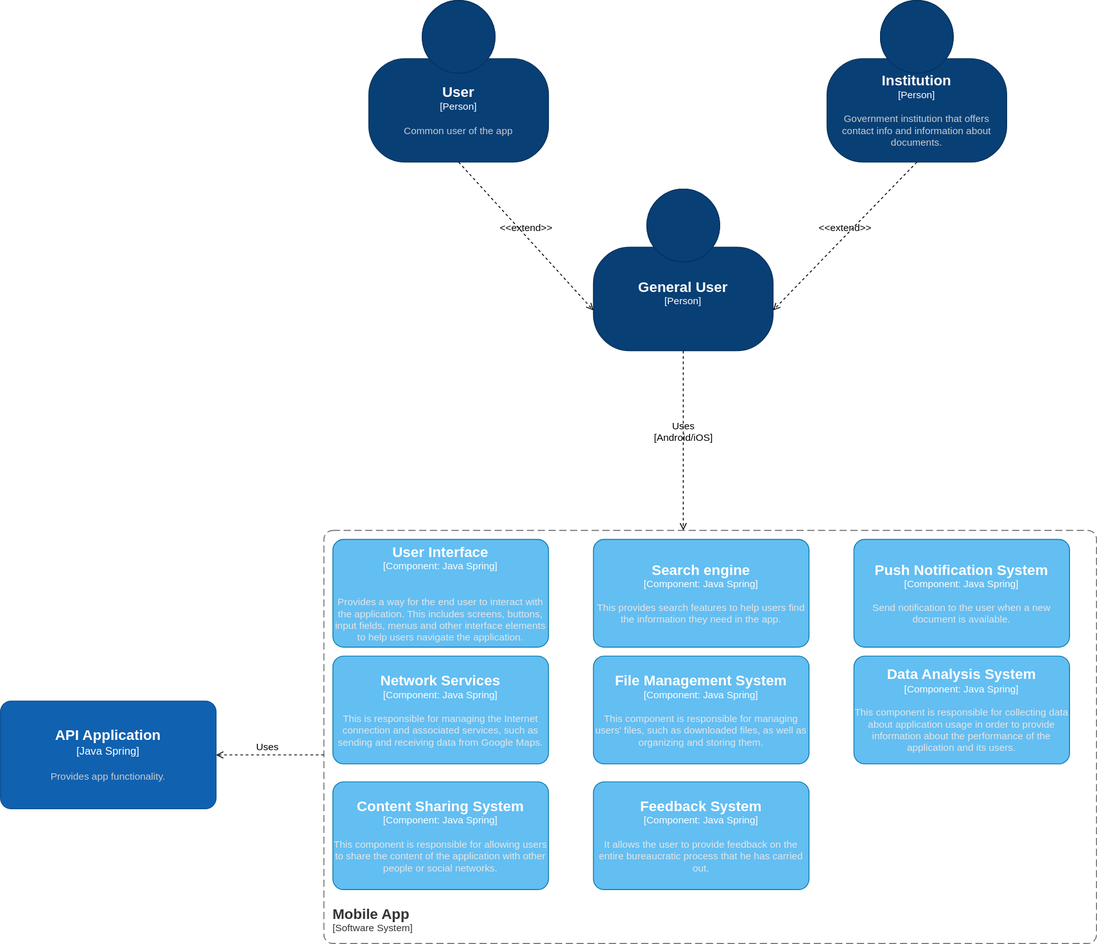
Above: diagrams/C3-MobileAppModule.svg in BureacracyHacksA3/bureaucracy-hacks (draw.io), before the change. Source tidied: cells renumbered, new cells last; positions are measured from the earlier drawing's top-left corner, leaving out a move shared by most shapes.
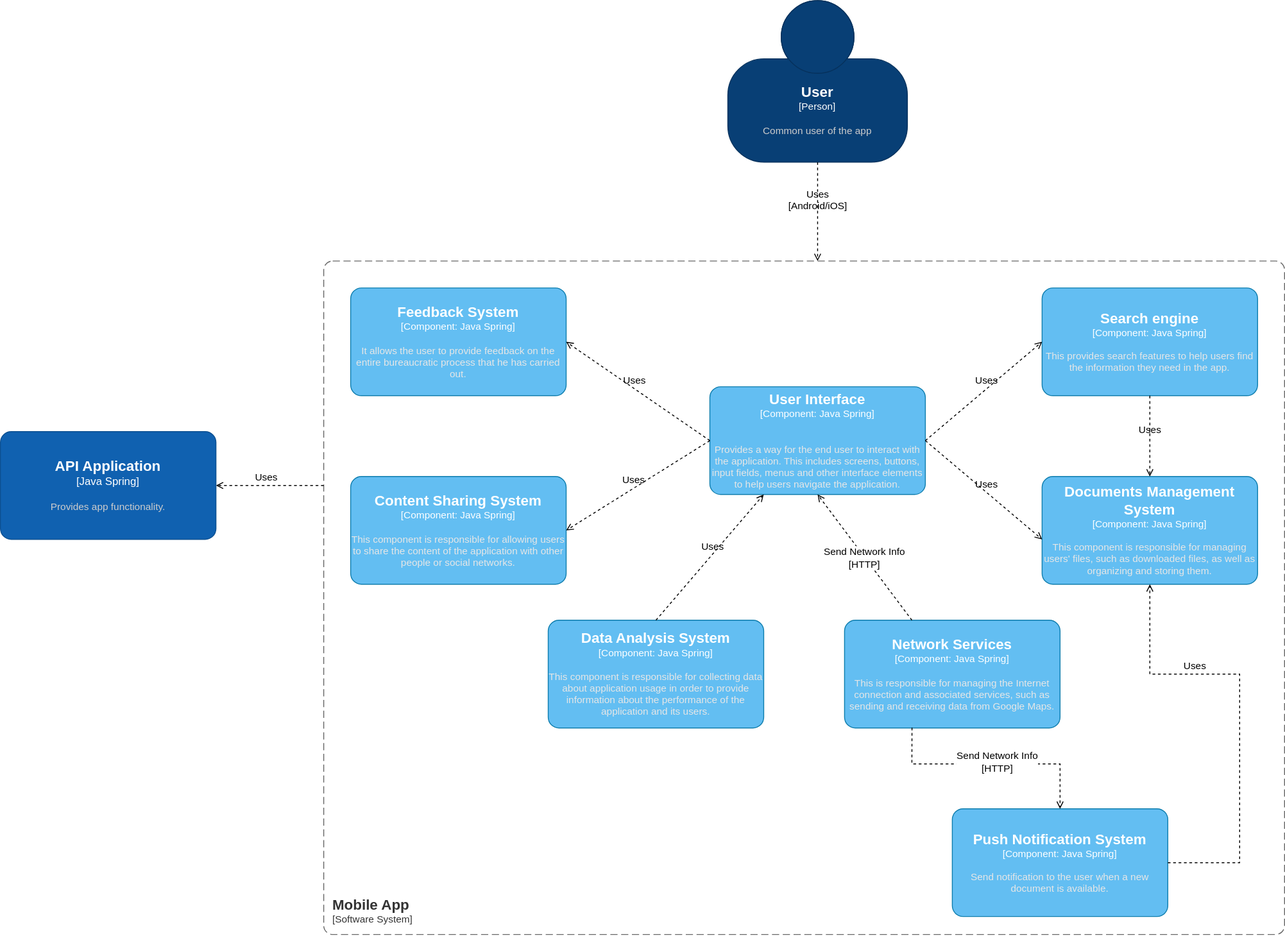
After the change.

Diff of the diagram source:
```diff
@@ -4,73 +4,57 @@
     <mxCell id="1" parent="0" />
     <object id="2" label="&lt;font style=&quot;font-size: 16px&quot;&gt;&lt;b&gt;&lt;div style=&quot;text-align: left&quot;&gt;%c4Name%&lt;/div&gt;&lt;/b&gt;&lt;/font&gt;&lt;div style=&quot;text-align: left&quot;&gt;[%c4Application%]&lt;/div&gt;" c4Application="Software System" c4Name="Mobile App" c4Type="SystemScopeBoundary" placeholders="1">
       <mxCell style="rounded=1;fontSize=11;whiteSpace=wrap;html=1;dashed=1;arcSize=20;fillColor=none;strokeColor=#666666;fontColor=#333333;labelBackgroundColor=none;align=left;verticalAlign=bottom;labelBorderColor=none;spacingTop=0;spacing=10;dashPattern=8 4;perimeter=rectanglePerimeter;noLabel=0;labelPadding=0;absoluteArcSize=1;" parent="1" vertex="1">
-        <mxGeometry x="360" y="590" width="860" height="460" as="geometry" />
+        <mxGeometry x="360" y="590" width="1070" height="750" as="geometry" />
       </mxCell>
     </object>
     <object id="3" label="&lt;font style=&quot;font-size: 16px&quot;&gt;&lt;b&gt;%c4Name%&lt;/b&gt;&lt;/font&gt;&lt;div&gt;[%c4Type%: %c4Technology%]&lt;/div&gt;&lt;br&gt;&lt;div&gt;&lt;font style=&quot;font-size: 11px&quot;&gt;&lt;font color=&quot;#E6E6E6&quot;&gt;%c4Description%&lt;/font&gt;&lt;/div&gt;" c4Description="Send notification to the user when a new document is available." c4Name="Push Notification System" c4Technology="Java Spring" c4Type="Component" placeholders="1">
       <mxCell style="rounded=1;whiteSpace=wrap;html=1;fontSize=11;labelBackgroundColor=none;fillColor=#63BEF2;fontColor=#ffffff;align=center;arcSize=10;strokeColor=#0E7DAD;points=[[0.25,0,0],[0.5,0,0],[0.75,0,0],[1,0.25,0],[1,0.5,0],[1,0.75,0],[0.75,1,0],[0.5,1,0],[0.25,1,0],[0,0.75,0],[0,0.5,0],[0,0.25,0]];" parent="1" vertex="1">
-        <mxGeometry x="950" y="600" width="240" height="120" as="geometry" />
+        <mxGeometry x="1060" y="1200" width="240" height="120" as="geometry" />
       </mxCell>
     </object>
     <object id="4" label="&lt;font style=&quot;font-size: 16px&quot;&gt;&lt;b&gt;%c4Name%&lt;/b&gt;&lt;/font&gt;&lt;div&gt;[%c4Type%: %c4Technology%]&lt;/div&gt;&lt;br&gt;&lt;div&gt;&lt;font style=&quot;font-size: 11px&quot;&gt;&lt;font color=&quot;#E6E6E6&quot;&gt;%c4Description%&lt;/font&gt;&lt;/div&gt;" c4Description="&#10;Provides a way for the end user to interact with the application. This includes screens, buttons, input fields, menus and other interface elements to help users navigate the application.&#10;" c4Name="User Interface" c4Technology="Java Spring" c4Type="Component" placeholders="1">
       <mxCell style="rounded=1;whiteSpace=wrap;html=1;fontSize=11;labelBackgroundColor=none;fillColor=#63BEF2;fontColor=#ffffff;align=center;arcSize=10;strokeColor=#0E7DAD;points=[[0.25,0,0],[0.5,0,0],[0.75,0,0],[1,0.25,0],[1,0.5,0],[1,0.75,0],[0.75,1,0],[0.5,1,0],[0.25,1,0],[0,0.75,0],[0,0.5,0],[0,0.25,0]];" parent="1" vertex="1">
-        <mxGeometry x="370" y="600" width="240" height="120" as="geometry" />
+        <mxGeometry x="790" y="730" width="240" height="120" as="geometry" />
       </mxCell>
     </object>
     <object id="5" label="&lt;font style=&quot;font-size: 16px&quot;&gt;&lt;b&gt;%c4Name%&lt;/b&gt;&lt;/font&gt;&lt;div&gt;[%c4Type%: %c4Technology%]&lt;/div&gt;&lt;br&gt;&lt;div&gt;&lt;font style=&quot;font-size: 11px&quot;&gt;&lt;font color=&quot;#E6E6E6&quot;&gt;%c4Description%&lt;/font&gt;&lt;/div&gt;" c4Description="This is responsible for managing the Internet connection and associated services, such as sending and receiving data from Google Maps." c4Name="Network Services" c4Technology="Java Spring" c4Type="Component" placeholders="1">
       <mxCell style="rounded=1;whiteSpace=wrap;html=1;fontSize=11;labelBackgroundColor=none;fillColor=#63BEF2;fontColor=#ffffff;align=center;arcSize=10;strokeColor=#0E7DAD;points=[[0.25,0,0],[0.5,0,0],[0.75,0,0],[1,0.25,0],[1,0.5,0],[1,0.75,0],[0.75,1,0],[0.5,1,0],[0.25,1,0],[0,0.75,0],[0,0.5,0],[0,0.25,0]];" parent="1" vertex="1">
-        <mxGeometry x="370" y="730" width="240" height="120" as="geometry" />
+        <mxGeometry x="940" y="990" width="240" height="120" as="geometry" />
       </mxCell>
     </object>
     <object id="6" label="&lt;font style=&quot;font-size: 16px&quot;&gt;&lt;b&gt;%c4Name%&lt;/b&gt;&lt;/font&gt;&lt;div&gt;[%c4Type%: %c4Technology%]&lt;/div&gt;&lt;br&gt;&lt;div&gt;&lt;font style=&quot;font-size: 11px&quot;&gt;&lt;font color=&quot;#E6E6E6&quot;&gt;%c4Description%&lt;/font&gt;&lt;/div&gt;" c4Description="This provides search features to help users find the information they need in the app." c4Name="Search engine" c4Technology="Java Spring" c4Type="Component" placeholders="1">
       <mxCell style="rounded=1;whiteSpace=wrap;html=1;fontSize=11;labelBackgroundColor=none;fillColor=#63BEF2;fontColor=#ffffff;align=center;arcSize=10;strokeColor=#0E7DAD;points=[[0.25,0,0],[0.5,0,0],[0.75,0,0],[1,0.25,0],[1,0.5,0],[1,0.75,0],[0.75,1,0],[0.5,1,0],[0.25,1,0],[0,0.75,0],[0,0.5,0],[0,0.25,0]];" parent="1" vertex="1">
-        <mxGeometry x="660" y="600" width="240" height="120" as="geometry" />
+        <mxGeometry x="1160" y="620" width="240" height="120" as="geometry" />
       </mxCell>
     </object>
     <object id="7" label="&lt;font style=&quot;font-size: 16px&quot;&gt;&lt;b&gt;%c4Name%&lt;/b&gt;&lt;/font&gt;&lt;div&gt;[%c4Type%: %c4Technology%]&lt;/div&gt;&lt;br&gt;&lt;div&gt;&lt;font style=&quot;font-size: 11px&quot;&gt;&lt;font color=&quot;#E6E6E6&quot;&gt;%c4Description%&lt;/font&gt;&lt;/div&gt;" c4Description="This component is responsible for collecting data &#10; about application usage in order to provide information about the performance of the application and its users." c4Name="Data Analysis System" c4Technology="Java Spring" c4Type="Component" placeholders="1">
       <mxCell style="rounded=1;whiteSpace=wrap;html=1;fontSize=11;labelBackgroundColor=none;fillColor=#63BEF2;fontColor=#ffffff;align=center;arcSize=10;strokeColor=#0E7DAD;points=[[0.25,0,0],[0.5,0,0],[0.75,0,0],[1,0.25,0],[1,0.5,0],[1,0.75,0],[0.75,1,0],[0.5,1,0],[0.25,1,0],[0,0.75,0],[0,0.5,0],[0,0.25,0]];" parent="1" vertex="1">
-        <mxGeometry x="950" y="730" width="240" height="120" as="geometry" />
+        <mxGeometry x="610" y="990" width="240" height="120" as="geometry" />
       </mxCell>
     </object>
-    <object id="8" label="&lt;font style=&quot;font-size: 16px&quot;&gt;&lt;b&gt;%c4Name%&lt;/b&gt;&lt;/font&gt;&lt;div&gt;[%c4Type%: %c4Technology%]&lt;/div&gt;&lt;br&gt;&lt;div&gt;&lt;font style=&quot;font-size: 11px&quot;&gt;&lt;font color=&quot;#E6E6E6&quot;&gt;%c4Description%&lt;/font&gt;&lt;/div&gt;" c4Description=" This component is responsible for managing users' files, such as downloaded files, as well as organizing and storing them." c4Name="File Management System" c4Technology="Java Spring" c4Type="Component" placeholders="1">
+    <object id="8" label="&lt;font style=&quot;font-size: 16px&quot;&gt;&lt;b&gt;%c4Name%&lt;/b&gt;&lt;/font&gt;&lt;div&gt;[%c4Type%: %c4Technology%]&lt;/div&gt;&lt;br&gt;&lt;div&gt;&lt;font style=&quot;font-size: 11px&quot;&gt;&lt;font color=&quot;#E6E6E6&quot;&gt;%c4Description%&lt;/font&gt;&lt;/div&gt;" c4Description=" This component is responsible for managing users' files, such as downloaded files, as well as organizing and storing them." c4Name="Documents Management System" c4Technology="Java Spring" c4Type="Component" placeholders="1">
       <mxCell style="rounded=1;whiteSpace=wrap;html=1;fontSize=11;labelBackgroundColor=none;fillColor=#63BEF2;fontColor=#ffffff;align=center;arcSize=10;strokeColor=#0E7DAD;points=[[0.25,0,0],[0.5,0,0],[0.75,0,0],[1,0.25,0],[1,0.5,0],[1,0.75,0],[0.75,1,0],[0.5,1,0],[0.25,1,0],[0,0.75,0],[0,0.5,0],[0,0.25,0]];" parent="1" vertex="1">
-        <mxGeometry x="660" y="730" width="240" height="120" as="geometry" />
+        <mxGeometry x="1160" y="830" width="240" height="120" as="geometry" />
       </mxCell>
     </object>
     <object id="9" label="&lt;font style=&quot;font-size: 16px&quot;&gt;&lt;b&gt;%c4Name%&lt;/b&gt;&lt;/font&gt;&lt;div&gt;[%c4Type%: %c4Technology%]&lt;/div&gt;&lt;br&gt;&lt;div&gt;&lt;font style=&quot;font-size: 11px&quot;&gt;&lt;font color=&quot;#E6E6E6&quot;&gt;%c4Description%&lt;/font&gt;&lt;/div&gt;" c4Description=" This component is responsible for allowing users to share the content of the application with other people or social networks." c4Name="Content Sharing System" c4Technology="Java Spring" c4Type="Component" placeholders="1">
       <mxCell style="rounded=1;whiteSpace=wrap;html=1;fontSize=11;labelBackgroundColor=none;fillColor=#63BEF2;fontColor=#ffffff;align=center;arcSize=10;strokeColor=#0E7DAD;points=[[0.25,0,0],[0.5,0,0],[0.75,0,0],[1,0.25,0],[1,0.5,0],[1,0.75,0],[0.75,1,0],[0.5,1,0],[0.25,1,0],[0,0.75,0],[0,0.5,0],[0,0.25,0]];" parent="1" vertex="1">
-        <mxGeometry x="370" y="870" width="240" height="120" as="geometry" />
+        <mxGeometry x="390" y="830" width="240" height="120" as="geometry" />
       </mxCell>
     </object>
     <object id="10" label="&lt;font style=&quot;font-size: 16px&quot;&gt;&lt;b&gt;%c4Name%&lt;/b&gt;&lt;/font&gt;&lt;div&gt;[%c4Type%: %c4Technology%]&lt;/div&gt;&lt;br&gt;&lt;div&gt;&lt;font style=&quot;font-size: 11px&quot;&gt;&lt;font color=&quot;#E6E6E6&quot;&gt;%c4Description%&lt;/font&gt;&lt;/div&gt;" c4Description="It allows the user to provide feedback on the entire bureaucratic process that he has carried out." c4Name="Feedback System" c4Technology="Java Spring" c4Type="Component" placeholders="1">
       <mxCell style="rounded=1;whiteSpace=wrap;html=1;fontSize=11;labelBackgroundColor=none;fillColor=#63BEF2;fontColor=#ffffff;align=center;arcSize=10;strokeColor=#0E7DAD;points=[[0.25,0,0],[0.5,0,0],[0.75,0,0],[1,0.25,0],[1,0.5,0],[1,0.75,0],[0.75,1,0],[0.5,1,0],[0.25,1,0],[0,0.75,0],[0,0.5,0],[0,0.25,0]];" parent="1" vertex="1">
-        <mxGeometry x="660" y="870" width="240" height="120" as="geometry" />
+        <mxGeometry x="390" y="620" width="240" height="120" as="geometry" />
       </mxCell>
     </object>
     <object id="11" label="&lt;font style=&quot;font-size: 16px&quot;&gt;&lt;b&gt;%c4Name%&lt;/b&gt;&lt;/font&gt;&lt;div&gt;[%c4Type%]&lt;/div&gt;&lt;br&gt;&lt;div&gt;&lt;font style=&quot;font-size: 11px&quot;&gt;&lt;font color=&quot;#cccccc&quot;&gt;%c4Description%&lt;/font&gt;&lt;/div&gt;" c4Description="Common user of the app" c4Name="User" c4Type="Person" placeholders="1">
       <mxCell style="html=1;fontSize=11;dashed=0;whiteSpace=wrap;fillColor=#083F75;strokeColor=#06315C;fontColor=#ffffff;shape=mxgraph.c4.person2;align=center;points=[[0.5,0,0],[1,0.5,0],[1,0.75,0],[0.75,1,0],[0.5,1,0],[0.25,1,0],[0,0.75,0],[0,0.5,0]];" parent="1" vertex="1">
-        <mxGeometry x="410" width="200" height="180" as="geometry" />
+        <mxGeometry x="810" y="300" width="200" height="180" as="geometry" />
       </mxCell>
     </object>
-    <object id="12" label="&lt;font style=&quot;font-size: 16px&quot;&gt;&lt;b&gt;%c4Name%&lt;/b&gt;&lt;/font&gt;&lt;div&gt;[%c4Type%]&lt;/div&gt;&lt;br&gt;&lt;div&gt;&lt;font style=&quot;font-size: 11px&quot;&gt;&lt;font color=&quot;#cccccc&quot;&gt;%c4Description%&lt;/font&gt;&lt;/div&gt;" c4Description="Government institution that offers contact info and information about documents." c4Name="Institution" c4Type="Person" placeholders="1">
-      <mxCell style="html=1;fontSize=11;dashed=0;whiteSpace=wrap;fillColor=#083F75;strokeColor=#06315C;fontColor=#ffffff;shape=mxgraph.c4.person2;align=center;points=[[0.5,0,0],[1,0.5,0],[1,0.75,0],[0.75,1,0],[0.5,1,0],[0.25,1,0],[0,0.75,0],[0,0.5,0]];" parent="1" vertex="1">
-        <mxGeometry x="920" width="200" height="180" as="geometry" />
-      </mxCell>
-    </object>
-    <object id="13" label="&lt;font style=&quot;font-size: 16px&quot;&gt;&lt;b&gt;%c4Name%&lt;/b&gt;&lt;/font&gt;&lt;div&gt;[%c4Type%]&lt;/div&gt;&lt;br&gt;&lt;div&gt;&lt;font style=&quot;font-size: 11px&quot;&gt;&lt;font color=&quot;#cccccc&quot;&gt;%c4Description%&lt;/font&gt;&lt;/div&gt;" c4Description="" c4Name="General User" c4Type="Person" placeholders="1">
-      <mxCell style="html=1;fontSize=11;dashed=0;whiteSpace=wrap;fillColor=#083F75;strokeColor=#06315C;fontColor=#ffffff;shape=mxgraph.c4.person2;align=center;points=[[0.5,0,0],[1,0.5,0],[1,0.75,0],[0.75,1,0],[0.5,1,0],[0.25,1,0],[0,0.75,0],[0,0.5,0]];" parent="1" vertex="1">
-        <mxGeometry x="660" y="210" width="200" height="180" as="geometry" />
-      </mxCell>
-    </object>
-    <mxCell id="14" value="&amp;lt;&amp;lt;extend&amp;gt;&amp;gt;" style="html=1;verticalAlign=bottom;labelBackgroundColor=none;endArrow=open;endFill=0;dashed=1;rounded=0;entryX=0;entryY=0.75;entryDx=0;entryDy=0;entryPerimeter=0;exitX=0.5;exitY=1;exitDx=0;exitDy=0;exitPerimeter=0;" parent="1" edge="1" source="11" target="13">
-      <mxGeometry relative="1" as="geometry" />
-    </mxCell>
-    <mxCell id="15" value="&amp;lt;&amp;lt;extend&amp;gt;&amp;gt;" style="html=1;verticalAlign=bottom;labelBackgroundColor=none;endArrow=open;endFill=0;dashed=1;rounded=0;entryX=1;entryY=0.75;entryDx=0;entryDy=0;entryPerimeter=0;exitX=0.5;exitY=1;exitDx=0;exitDy=0;exitPerimeter=0;" parent="1" edge="1" source="12" target="13">
-      <mxGeometry relative="1" as="geometry" />
-    </mxCell>
-    <mxCell id="16" value="Uses&lt;br&gt;[Android/iOS]" style="html=1;verticalAlign=bottom;labelBackgroundColor=none;endArrow=open;endFill=0;dashed=1;rounded=0;exitX=0.5;exitY=1;exitDx=0;exitDy=0;exitPerimeter=0;" parent="1" edge="1" source="13">
+    <mxCell id="16" value="Uses&lt;br&gt;[Android/iOS]" style="html=1;verticalAlign=bottom;labelBackgroundColor=none;endArrow=open;endFill=0;dashed=1;rounded=0;exitX=0.5;exitY=1;exitDx=0;exitDy=0;exitPerimeter=0;" parent="1" edge="1" source="11">
       <mxGeometry x="0.05" relative="1" as="geometry">
-        <mxPoint x="760" y="590" as="targetPoint" />
+        <mxPoint x="910" y="590" as="targetPoint" />
       </mxGeometry>
     </mxCell>
     <mxCell id="17" value="Uses" style="html=1;verticalAlign=bottom;labelBackgroundColor=none;endArrow=open;endFill=0;dashed=1;rounded=0;entryX=1;entryY=0.5;entryDx=0;entryDy=0;entryPerimeter=0;" parent="1" edge="1" target="18">
@@ -83,5 +67,56 @@
         <mxGeometry y="780" width="240" height="120" as="geometry" />
       </mxCell>
     </object>
+    <mxCell id="19" value="Uses" style="html=1;verticalAlign=bottom;labelBackgroundColor=none;endArrow=open;endFill=0;dashed=1;rounded=0;entryX=0;entryY=0.5;entryDx=0;entryDy=0;entryPerimeter=0;exitX=1;exitY=0.5;exitDx=0;exitDy=0;exitPerimeter=0;" parent="1" edge="1" source="4" target="6">
+      <mxGeometry x="0.05" relative="1" as="geometry" />
+    </mxCell>
+    <mxCell id="20" value="Uses" style="html=1;verticalAlign=bottom;labelBackgroundColor=none;endArrow=open;endFill=0;dashed=1;rounded=0;entryX=0;entryY=0.583;entryDx=0;entryDy=0;entryPerimeter=0;exitX=1;exitY=0.5;exitDx=0;exitDy=0;exitPerimeter=0;" parent="1" edge="1" source="4" target="8">
+      <mxGeometry x="0.05" relative="1" as="geometry" />
+    </mxCell>
+    <mxCell id="21" value="Uses" style="html=1;verticalAlign=bottom;labelBackgroundColor=none;endArrow=open;endFill=0;dashed=1;rounded=0;exitX=0;exitY=0.5;exitDx=0;exitDy=0;exitPerimeter=0;entryX=1;entryY=0.5;entryDx=0;entryDy=0;entryPerimeter=0;" parent="1" edge="1" source="4" target="10">
+      <mxGeometry x="0.05" relative="1" as="geometry" />
+    </mxCell>
+    <mxCell id="22" value="Uses" style="html=1;verticalAlign=bottom;labelBackgroundColor=none;endArrow=open;endFill=0;dashed=1;rounded=0;entryX=1;entryY=0.5;entryDx=0;entryDy=0;entryPerimeter=0;exitX=0;exitY=0.5;exitDx=0;exitDy=0;exitPerimeter=0;" parent="1" edge="1" source="4" target="9">
+      <mxGeometry x="0.06" relative="1" as="geometry" />
+    </mxCell>
+    <mxCell id="23" value="Uses" style="html=1;verticalAlign=bottom;labelBackgroundColor=none;endArrow=open;endFill=0;dashed=1;rounded=0;entryX=0.5;entryY=0;entryDx=0;entryDy=0;entryPerimeter=0;exitX=0.5;exitY=1;exitDx=0;exitDy=0;exitPerimeter=0;" parent="1" edge="1" source="6" target="8">
+      <mxGeometry x="0.05" relative="1" as="geometry" />
+    </mxCell>
+    <mxCell id="24" value="Uses" style="html=1;verticalAlign=bottom;labelBackgroundColor=none;endArrow=open;endFill=0;dashed=1;rounded=0;entryX=0.25;entryY=1;entryDx=0;entryDy=0;entryPerimeter=0;exitX=0.5;exitY=0;exitDx=0;exitDy=0;exitPerimeter=0;" parent="1" edge="1" source="7" target="4">
+      <mxGeometry x="0.05" relative="1" as="geometry" />
+    </mxCell>
+    <mxCell id="25" style="html=1;verticalAlign=bottom;labelBackgroundColor=none;endArrow=open;endFill=0;dashed=1;rounded=0;entryX=0.5;entryY=1;entryDx=0;entryDy=0;entryPerimeter=0;" parent="1" edge="1" source="5" target="4">
+      <mxGeometry x="-1" y="139" relative="1" as="geometry">
+        <mxPoint x="5" y="16" as="offset" />
+      </mxGeometry>
+    </mxCell>
+    <mxCell id="26" value="Send Network Info&lt;br&gt;[HTTP]" style="edgeLabel;html=1;align=center;verticalAlign=middle;" parent="25" vertex="1">
+      <mxGeometry x="0.27" y="3" relative="1" as="geometry">
+        <mxPoint x="15" y="17" as="offset" />
+      </mxGeometry>
+    </mxCell>
+    <mxCell id="27" style="html=1;verticalAlign=bottom;labelBackgroundColor=none;endArrow=open;endFill=0;dashed=1;rounded=0;entryX=0.5;entryY=0;entryDx=0;entryDy=0;entryPerimeter=0;exitX=0.313;exitY=0.997;exitDx=0;exitDy=0;exitPerimeter=0;" parent="1" edge="1" source="5" target="3">
+      <mxGeometry x="-1" y="139" relative="1" as="geometry">
+        <Array as="points">
+          <mxPoint x="1015" y="1150" />
+          <mxPoint x="1180" y="1150" />
+        </Array>
+        <mxPoint x="5" y="16" as="offset" />
+      </mxGeometry>
+    </mxCell>
+    <mxCell id="28" value="Send Network Info&lt;br&gt;[HTTP]" style="edgeLabel;html=1;align=center;verticalAlign=middle;" parent="27" vertex="1">
+      <mxGeometry x="0.27" y="3" relative="1" as="geometry">
+        <mxPoint x="-26" as="offset" />
+      </mxGeometry>
+    </mxCell>
+    <mxCell id="29" value="Uses" style="html=1;verticalAlign=bottom;labelBackgroundColor=none;endArrow=open;endFill=0;dashed=1;rounded=0;exitX=1;exitY=0.5;exitDx=0;exitDy=0;exitPerimeter=0;entryX=0.5;entryY=1;entryDx=0;entryDy=0;entryPerimeter=0;" parent="1" edge="1" source="3" target="8">
+      <mxGeometry x="0.39" relative="1" as="geometry">
+        <Array as="points">
+          <mxPoint x="1380" y="1260" />
+          <mxPoint x="1380" y="1050" />
+          <mxPoint x="1280" y="1050" />
+        </Array>
+      </mxGeometry>
+    </mxCell>
   </root>
 </mxGraphModel>
```
